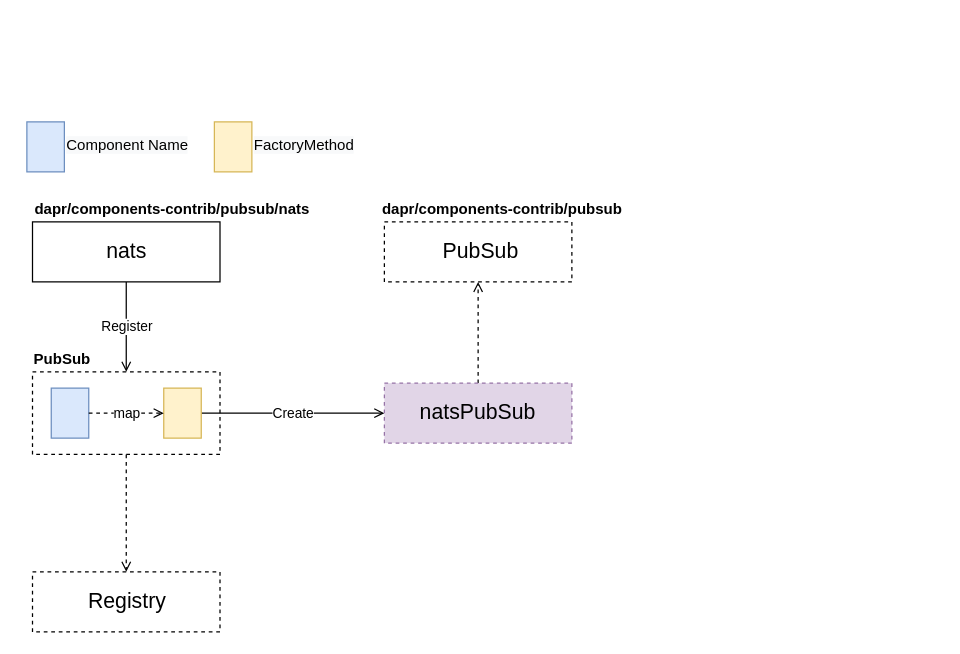
The draw.io diagram page "components" (3 of 12) of 2020/dapr/dapr.drawio in abserari/draw.io, before the edit. Source tidied: cells renumbered, new cells numbered last; positions are measured from the earlier drawing's top-left corner, leaving out a move shared by most shapes. Both pictures are drawn from the tidied source at 125%, with x=0, y=0 at pixel (21, 121).
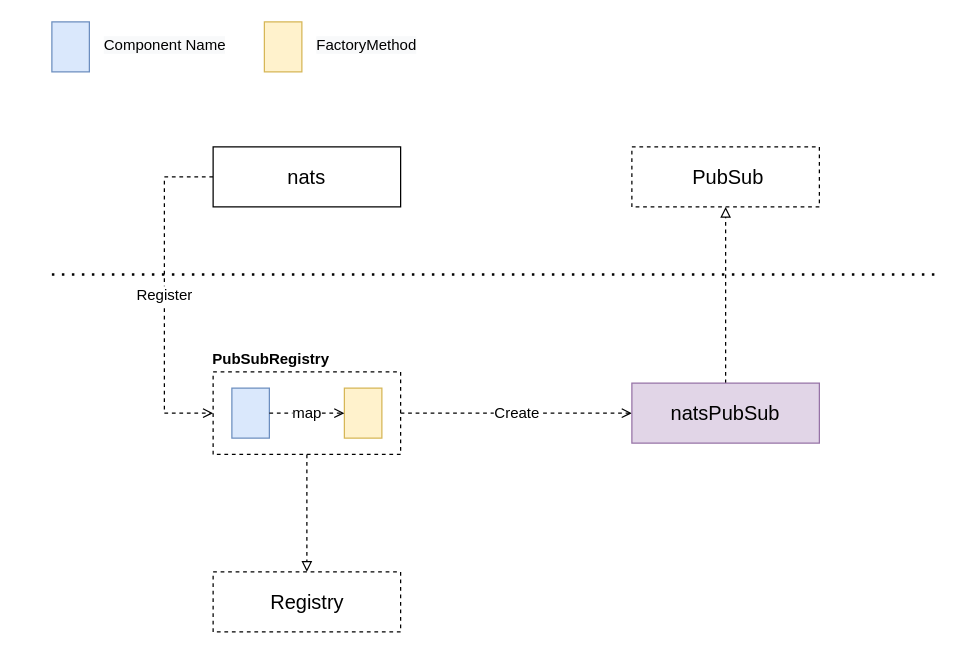
Above is the later version.

The change refers to these unchanged cells:
```xml
<mxCell id="7" style="rounded=0;whiteSpace=wrap;html=1;fillColor=#dae8fc;strokeColor=#6c8ebf;" parent="6" vertex="1">
  <mxGeometry x="5" width="30" height="40" as="geometry" />
</mxCell>
```

What changed in the source:
```diff
@@
-    <mxCell id="2" style="edgeStyle=orthogonalEdgeStyle;rounded=0;jettySize=auto;html=1;exitX=0.5;exitY=1;exitDx=0;exitDy=0;entryX=0.5;entryY=0;entryDx=0;entryDy=0;dashed=1;endArrow=open;endFill=0;fontColor=#000000;" parent="1" edge="1" source="3" target="24">
+    <mxCell id="2" style="edgeStyle=orthogonalEdgeStyle;rounded=0;jettySize=auto;html=1;exitX=0.5;exitY=1;exitDx=0;exitDy=0;entryX=0.5;entryY=0;entryDx=0;entryDy=0;endArrow=block;endFill=0;fontColor=#000000;dashed=1;" parent="1" edge="1" source="3" target="24">
       <mxGeometry relative="1" as="geometry" />
     </mxCell>
     <mxCell id="3" style="rounded=0;whiteSpace=wrap;html=1;fillColor=none;dashed=1;" parent="1" vertex="1">
-      <mxGeometry x="8.5" y="200" width="150" height="66" as="geometry" />
+      <mxGeometry x="153" y="200" width="150" height="66" as="geometry" />
     </mxCell>
-    <mxCell id="4" value="Register" style="edgeStyle=orthogonalEdgeStyle;rounded=0;jettySize=auto;html=1;exitX=0.5;exitY=1;exitDx=0;exitDy=0;entryX=0.5;entryY=0;entryDx=0;entryDy=0;endArrow=open;endFill=0;fontColor=#000000;" parent="1" edge="1" source="5" target="3">
-      <mxGeometry relative="1" as="geometry" />
+    <mxCell id="4" value="Register" style="edgeStyle=orthogonalEdgeStyle;rounded=0;jettySize=auto;html=1;exitX=0;exitY=0.5;exitDx=0;exitDy=0;entryX=0;entryY=0.5;entryDx=0;entryDy=0;endArrow=open;endFill=0;fontColor=#000000;fontSize=12;dashed=1;" parent="1" edge="1" source="5" target="3">
+      <mxGeometry relative="1" as="geometry">
+        <Array as="points">
+          <mxPoint x="114" y="44" />
+          <mxPoint x="114" y="233" />
+        </Array>
+      </mxGeometry>
     </mxCell>
-    <mxCell id="5" value="&lt;font style=&quot;font-size: 17px&quot;&gt;nats&lt;/font&gt;" style="rounded=0;whiteSpace=wrap;html=1;horizontal=1;fontSize=17;" parent="1" vertex="1">
-      <mxGeometry x="8.5" y="80" width="150" height="48" as="geometry" />
+    <mxCell id="5" value="&lt;font style=&quot;font-size: 16px;&quot;&gt;nats&lt;/font&gt;" style="rounded=0;whiteSpace=wrap;html=1;horizontal=1;fontSize=16;" parent="1" vertex="1">
+      <mxGeometry x="153" y="20" width="150" height="48" as="geometry" />
     </mxCell>
     <mxCell id="6" style="group;" parent="1" vertex="1">
-      <mxGeometry x="18.5" y="213" width="130" height="40" as="geometry" />
+      <mxGeometry x="163" y="213" width="130" height="40" as="geometry" />
     </mxCell>
@@
-    <mxCell id="8" value="Create" style="edgeStyle=orthogonalEdgeStyle;rounded=0;jettySize=auto;html=1;endArrow=open;endFill=0;entryX=0;entryY=0.5;entryDx=0;entryDy=0;" parent="1" edge="1" source="9" target="18">
+    <mxCell id="8" value="Create" style="edgeStyle=orthogonalEdgeStyle;rounded=0;jettySize=auto;html=1;endArrow=open;endFill=0;entryX=0;entryY=0.5;entryDx=0;entryDy=0;fontSize=12;dashed=1;exitX=1;exitY=0.5;exitDx=0;exitDy=0;" parent="1" edge="1" source="3" target="18">
       <mxGeometry relative="1" as="geometry" />
     </mxCell>
     <mxCell id="9" style="rounded=0;whiteSpace=wrap;html=1;fillColor=#fff2cc;strokeColor=#d6b656;" parent="1" vertex="1">
-      <mxGeometry x="113.5" y="213" width="30" height="40" as="geometry" />
+      <mxGeometry x="258" y="213" width="30" height="40" as="geometry" />
     </mxCell>
-    <mxCell id="10" value="map" style="edgeStyle=orthogonalEdgeStyle;rounded=0;jettySize=auto;html=1;endArrow=open;endFill=0;dashed=1;" parent="1" edge="1" source="7" target="9">
+    <mxCell id="10" value="map" style="edgeStyle=orthogonalEdgeStyle;rounded=0;jettySize=auto;html=1;endArrow=open;endFill=0;dashed=1;fontSize=12;" parent="1" edge="1" source="7" target="9">
       <mxGeometry relative="1" as="geometry" />
     </mxCell>
     <mxCell id="11" style="group;" parent="1" vertex="1">
-      <mxGeometry x="4" width="150" height="40" as="geometry" />
+      <mxGeometry x="24" y="-80" width="150" height="40" as="geometry" />
     </mxCell>
@@
     <mxCell id="13" value="&lt;span style=&quot;color: rgb(0, 0, 0); font-family: helvetica; font-size: 12px; font-style: normal; font-weight: 400; letter-spacing: normal; text-align: center; text-indent: 0px; text-transform: none; word-spacing: 0px; background-color: rgb(248, 249, 250); display: inline; float: none;&quot;&gt;Component Name&lt;/span&gt;" style="text;whiteSpace=wrap;html=1;" parent="11" vertex="1">
-      <mxGeometry x="30" y="5" width="120" height="30" as="geometry" />
+      <mxGeometry x="40" y="5" width="120" height="30" as="geometry" />
     </mxCell>
     <mxCell id="14" style="group;" parent="1" vertex="1">
-      <mxGeometry x="154" width="150" height="40" as="geometry" />
+      <mxGeometry x="194" y="-80" width="150" height="40" as="geometry" />
     </mxCell>
@@
     <mxCell id="16" value="&lt;span style=&quot;color: rgb(0 , 0 , 0) ; font-family: &amp;#34;helvetica&amp;#34; ; font-size: 12px ; font-style: normal ; font-weight: 400 ; letter-spacing: normal ; text-align: center ; text-indent: 0px ; text-transform: none ; word-spacing: 0px ; background-color: rgb(248 , 249 , 250) ; display: inline ; float: none&quot;&gt;FactoryMethod&lt;/span&gt;" style="text;whiteSpace=wrap;html=1;" parent="14" vertex="1">
-      <mxGeometry x="30" y="5" width="120" height="30" as="geometry" />
+      <mxGeometry x="40" y="5" width="120" height="30" as="geometry" />
     </mxCell>
-    <mxCell id="17" style="edgeStyle=orthogonalEdgeStyle;rounded=0;jettySize=auto;html=1;exitX=0.5;exitY=0;exitDx=0;exitDy=0;entryX=0.5;entryY=1;entryDx=0;entryDy=0;dashed=1;endArrow=open;endFill=0;fontSize=17;fontColor=#000000;" parent="1" edge="1" source="18" target="21">
+    <mxCell id="17" style="edgeStyle=orthogonalEdgeStyle;rounded=0;jettySize=auto;html=1;exitX=0.5;exitY=0;exitDx=0;exitDy=0;entryX=0.5;entryY=1;entryDx=0;entryDy=0;dashed=1;endArrow=block;endFill=0;fontSize=17;fontColor=#000000;" parent="1" edge="1" source="18" target="21">
       <mxGeometry relative="1" as="geometry" />
     </mxCell>
-    <mxCell id="18" value="natsPubSub" style="rounded=0;whiteSpace=wrap;html=1;dashed=1;fillColor=#e1d5e7;strokeColor=#9673a6;fontSize=17;" parent="1" vertex="1">
-      <mxGeometry x="290" y="209" width="150" height="48" as="geometry" />
+    <mxCell id="18" value="natsPubSub" style="rounded=0;whiteSpace=wrap;html=1;fillColor=#e1d5e7;strokeColor=#9673a6;fontSize=16;" parent="1" vertex="1">
+      <mxGeometry x="488" y="209" width="150" height="48" as="geometry" />
     </mxCell>
     <mxCell id="19" style="edgeStyle=orthogonalEdgeStyle;rounded=0;orthogonalLoop=1;jettySize=auto;html=1;exitX=0.5;exitY=1;exitDx=0;exitDy=0;endArrow=open;endFill=0;" parent="1" edge="1">
       <mxGeometry relative="1" as="geometry">
-        <mxPoint x="266" y="120" as="sourcePoint" />
-        <mxPoint x="266" y="120" as="targetPoint" />
+        <mxPoint x="464" y="60" as="sourcePoint" />
+        <mxPoint x="464" y="60" as="targetPoint" />
       </mxGeometry>
     </mxCell>
-    <mxCell id="20" value="PubSub" style="text;html=1;align=center;verticalAlign=middle;fontStyle=1;" parent="1" vertex="1">
-      <mxGeometry x="1.5" y="180" width="60" height="20" as="geometry" />
+    <mxCell id="20" value="PubSubRegistry" style="text;html=1;align=center;verticalAlign=middle;fontStyle=1;" parent="1" vertex="1">
+      <mxGeometry x="144" y="180" width="110" height="20" as="geometry" />
     </mxCell>
-    <mxCell id="21" value="&lt;font style=&quot;font-size: 17px;&quot;&gt;&amp;nbsp;PubSub&lt;/font&gt;" style="rounded=0;whiteSpace=wrap;html=1;dashed=1;fontSize=17;" parent="1" vertex="1">
-      <mxGeometry x="290" y="80" width="150" height="48" as="geometry" />
+    <mxCell id="21" value="&lt;font style=&quot;font-size: 16px;&quot;&gt;&amp;nbsp;PubSub&lt;/font&gt;" style="rounded=0;whiteSpace=wrap;html=1;dashed=1;fontSize=16;" parent="1" vertex="1">
+      <mxGeometry x="488" y="20" width="150" height="48" as="geometry" />
     </mxCell>
-    <mxCell id="22" value="&lt;span&gt;&lt;b&gt;dapr/components-contrib/pubsub&lt;/b&gt;&lt;/span&gt;" style="text;html=1;align=center;verticalAlign=middle;" parent="1" vertex="1">
-      <mxGeometry x="278.5" y="60" width="210" height="20" as="geometry" />
-    </mxCell>
-    <mxCell id="23" value="&lt;span&gt;&lt;b&gt;dapr/components-contrib/pubsub/nats&lt;/b&gt;&lt;/span&gt;" style="text;html=1;align=center;verticalAlign=middle;" parent="1" vertex="1">
-      <mxGeometry x="-0.5" y="60" width="240" height="20" as="geometry" />
-    </mxCell>
     <mxCell id="24" style="rounded=0;whiteSpace=wrap;html=1;dashed=1;" parent="1" vertex="1">
-      <mxGeometry x="8.5" y="360" width="150" height="48" as="geometry" />
+      <mxGeometry x="153" y="360" width="150" height="48" as="geometry" />
     </mxCell>
-    <mxCell id="25" value="Registry" style="text;html=1;align=center;verticalAlign=middle;fontStyle=0;fontSize=17;" parent="1" vertex="1">
-      <mxGeometry x="43.5" y="369" width="80" height="30" as="geometry" />
+    <mxCell id="25" value="Registry" style="text;html=1;align=center;verticalAlign=middle;fontStyle=0;fontSize=16;" parent="1" vertex="1">
+      <mxGeometry x="193" y="374" width="70" height="20" as="geometry" />
     </mxCell>
+    <mxCell id="26" style="endArrow=none;dashed=1;html=1;dashPattern=1 3;strokeWidth=2;fontSize=16;exitX=0;exitY=0;exitDx=0;exitDy=0;" parent="1" edge="1">
+      <mxGeometry relative="1" as="geometry">
+        <mxPoint x="24" y="122" as="sourcePoint" />
+        <mxPoint x="732" y="122" as="targetPoint" />
+      </mxGeometry>
+    </mxCell>
```
